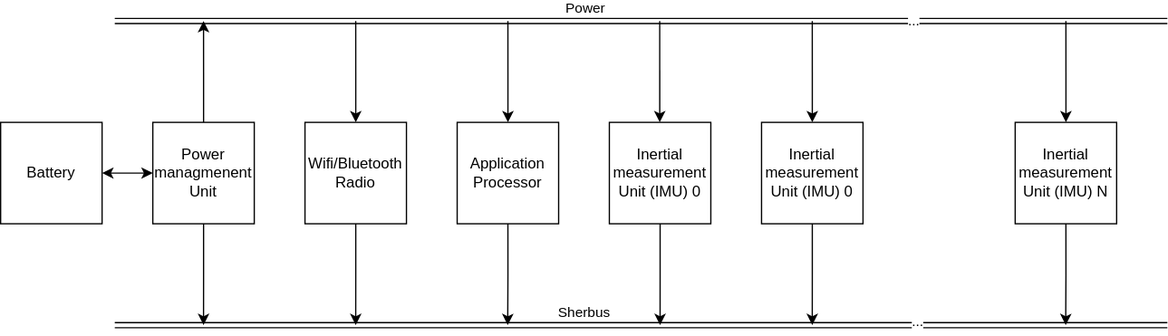
The draw.io diagram Figures/Mouvement.svg in cdg66/BUS_figures, before a commit. Source tidied: cells renumbered, new cells last; positions are measured from the earlier drawing's top-left corner, leaving out a move shared by most shapes. Its diagram source:
```xml
<mxGraphModel>
  <root>
    <mxCell id="0" />
    <mxCell id="1" parent="0" />
    <mxCell id="2" style="edgeStyle=orthogonalEdgeStyle;rounded=0;jettySize=auto;html=1;" parent="1" edge="1" source="4">
      <mxGeometry relative="1" as="geometry">
        <mxPoint x="280" y="240" as="targetPoint" />
      </mxGeometry>
    </mxCell>
    <mxCell id="3" style="edgeStyle=orthogonalEdgeStyle;rounded=0;jettySize=auto;html=1;endArrow=none;endFill=0;startArrow=classic;startFill=1;" parent="1" edge="1" source="4">
      <mxGeometry relative="1" as="geometry">
        <mxPoint x="280" as="targetPoint" />
      </mxGeometry>
    </mxCell>
    <mxCell id="4" value="&lt;div&gt;Wifi/Bluetooth&lt;/div&gt;&lt;div&gt;Radio&lt;br&gt;&lt;/div&gt;" style="whiteSpace=wrap;html=1;" parent="1" vertex="1">
      <mxGeometry x="240" y="80" width="80" height="80" as="geometry" />
    </mxCell>
    <mxCell id="5" style="edgeStyle=orthogonalEdgeStyle;rounded=0;jettySize=auto;html=1;exitX=0.5;exitY=1;exitDx=0;exitDy=0;" parent="1" edge="1" source="7">
      <mxGeometry relative="1" as="geometry">
        <mxPoint x="399.9" y="240" as="targetPoint" />
      </mxGeometry>
    </mxCell>
    <mxCell id="6" style="edgeStyle=orthogonalEdgeStyle;rounded=0;jettySize=auto;html=1;startArrow=classic;startFill=1;endArrow=none;endFill=0;" parent="1" edge="1" source="7">
      <mxGeometry relative="1" as="geometry">
        <mxPoint x="400" as="targetPoint" />
      </mxGeometry>
    </mxCell>
    <mxCell id="7" value="&lt;div&gt;Application &lt;br&gt;&lt;/div&gt;&lt;div&gt;Processor&lt;br&gt;&lt;/div&gt;" style="whiteSpace=wrap;html=1;" parent="1" vertex="1">
      <mxGeometry x="360" y="80" width="80" height="80" as="geometry" />
    </mxCell>
    <mxCell id="8" style="edgeStyle=orthogonalEdgeStyle;rounded=0;jettySize=auto;html=1;" parent="1" edge="1" source="10">
      <mxGeometry relative="1" as="geometry">
        <mxPoint x="520" y="240" as="targetPoint" />
      </mxGeometry>
    </mxCell>
    <mxCell id="9" style="edgeStyle=orthogonalEdgeStyle;rounded=0;orthogonalLoop=1;jettySize=auto;html=1;startArrow=classic;startFill=1;endArrow=none;endFill=0;" parent="1" edge="1">
      <mxGeometry relative="1" as="geometry">
        <mxPoint x="519.7" y="80" as="sourcePoint" />
        <mxPoint x="519.7" as="targetPoint" />
      </mxGeometry>
    </mxCell>
    <mxCell id="10" value="Inertial measurement Unit (IMU) 0" style="whiteSpace=wrap;html=1;" parent="1" vertex="1">
      <mxGeometry x="480" y="80" width="80" height="80" as="geometry" />
    </mxCell>
    <mxCell id="11" style="edgeStyle=orthogonalEdgeStyle;rounded=0;jettySize=auto;html=1;" parent="1" edge="1" source="13">
      <mxGeometry relative="1" as="geometry">
        <mxPoint x="640" y="240" as="targetPoint" />
      </mxGeometry>
    </mxCell>
    <mxCell id="12" style="edgeStyle=orthogonalEdgeStyle;rounded=0;jettySize=auto;html=1;startArrow=classic;startFill=1;endArrow=none;endFill=0;" parent="1" edge="1" source="13">
      <mxGeometry relative="1" as="geometry">
        <mxPoint x="640" as="targetPoint" />
      </mxGeometry>
    </mxCell>
    <mxCell id="13" value="Inertial measurement Unit (IMU) 0" style="whiteSpace=wrap;html=1;" parent="1" vertex="1">
      <mxGeometry x="600" y="80" width="80" height="80" as="geometry" />
    </mxCell>
    <mxCell id="14" style="edgeStyle=orthogonalEdgeStyle;rounded=0;jettySize=auto;html=1;exitX=0.5;exitY=1;exitDx=0;exitDy=0;" parent="1" edge="1" source="16">
      <mxGeometry relative="1" as="geometry">
        <mxPoint x="839.9" y="240" as="targetPoint" />
      </mxGeometry>
    </mxCell>
    <mxCell id="15" style="edgeStyle=orthogonalEdgeStyle;rounded=0;jettySize=auto;html=1;startArrow=classic;startFill=1;endArrow=none;endFill=0;" parent="1" edge="1" source="16">
      <mxGeometry relative="1" as="geometry">
        <mxPoint x="840" as="targetPoint" />
      </mxGeometry>
    </mxCell>
    <mxCell id="16" value="Inertial measurement Unit (IMU) N" style="whiteSpace=wrap;html=1;" parent="1" vertex="1">
      <mxGeometry x="800" y="80" width="80" height="80" as="geometry" />
    </mxCell>
    <mxCell id="17" value="Sherbus" style="shape=link;html=1;rounded=0;" parent="1" edge="1">
      <mxGeometry x="-0.11" y="10" relative="1" as="geometry">
        <mxPoint x="90" y="240" as="sourcePoint" />
        <mxPoint x="920" y="240" as="targetPoint" />
      </mxGeometry>
    </mxCell>
    <mxCell id="18" value="..." style="edgeLabel;html=1;align=center;verticalAlign=middle;" parent="17" vertex="1">
      <mxGeometry x="0.52" y="3" relative="1" as="geometry" />
    </mxCell>
    <mxCell id="19" value="..." style="shape=link;html=1;rounded=0;" parent="1" edge="1">
      <mxGeometry x="0.52" relative="1" as="geometry">
        <mxPoint x="90" as="sourcePoint" />
        <mxPoint x="920" as="targetPoint" />
      </mxGeometry>
    </mxCell>
    <mxCell id="20" value="Power" style="edgeLabel;html=1;align=center;verticalAlign=middle;" parent="19" vertex="1">
      <mxGeometry x="-0.13" y="-2" relative="1" as="geometry">
        <mxPoint x="8" y="-12" as="offset" />
      </mxGeometry>
    </mxCell>
    <mxCell id="21" style="edgeStyle=orthogonalEdgeStyle;rounded=0;jettySize=auto;html=1;" parent="1" edge="1" source="24">
      <mxGeometry relative="1" as="geometry">
        <mxPoint x="160" as="targetPoint" />
      </mxGeometry>
    </mxCell>
    <mxCell id="22" style="edgeStyle=orthogonalEdgeStyle;rounded=0;jettySize=auto;html=1;" parent="1" edge="1" source="24">
      <mxGeometry relative="1" as="geometry">
        <mxPoint x="160" y="240" as="targetPoint" />
      </mxGeometry>
    </mxCell>
    <mxCell id="23" style="edgeStyle=orthogonalEdgeStyle;rounded=0;jettySize=auto;html=1;entryX=1;entryY=0.5;entryDx=0;entryDy=0;startArrow=classic;startFill=1;" parent="1" edge="1" source="24" target="25">
      <mxGeometry relative="1" as="geometry" />
    </mxCell>
    <mxCell id="24" value="Power managmenent Unit" style="whiteSpace=wrap;html=1;" parent="1" vertex="1">
      <mxGeometry x="120" y="80" width="80" height="80" as="geometry" />
    </mxCell>
    <mxCell id="25" value="Battery" style="whiteSpace=wrap;html=1;" parent="1" vertex="1">
      <mxGeometry y="80" width="80" height="80" as="geometry" />
    </mxCell>
  </root>
</mxGraphModel>
```
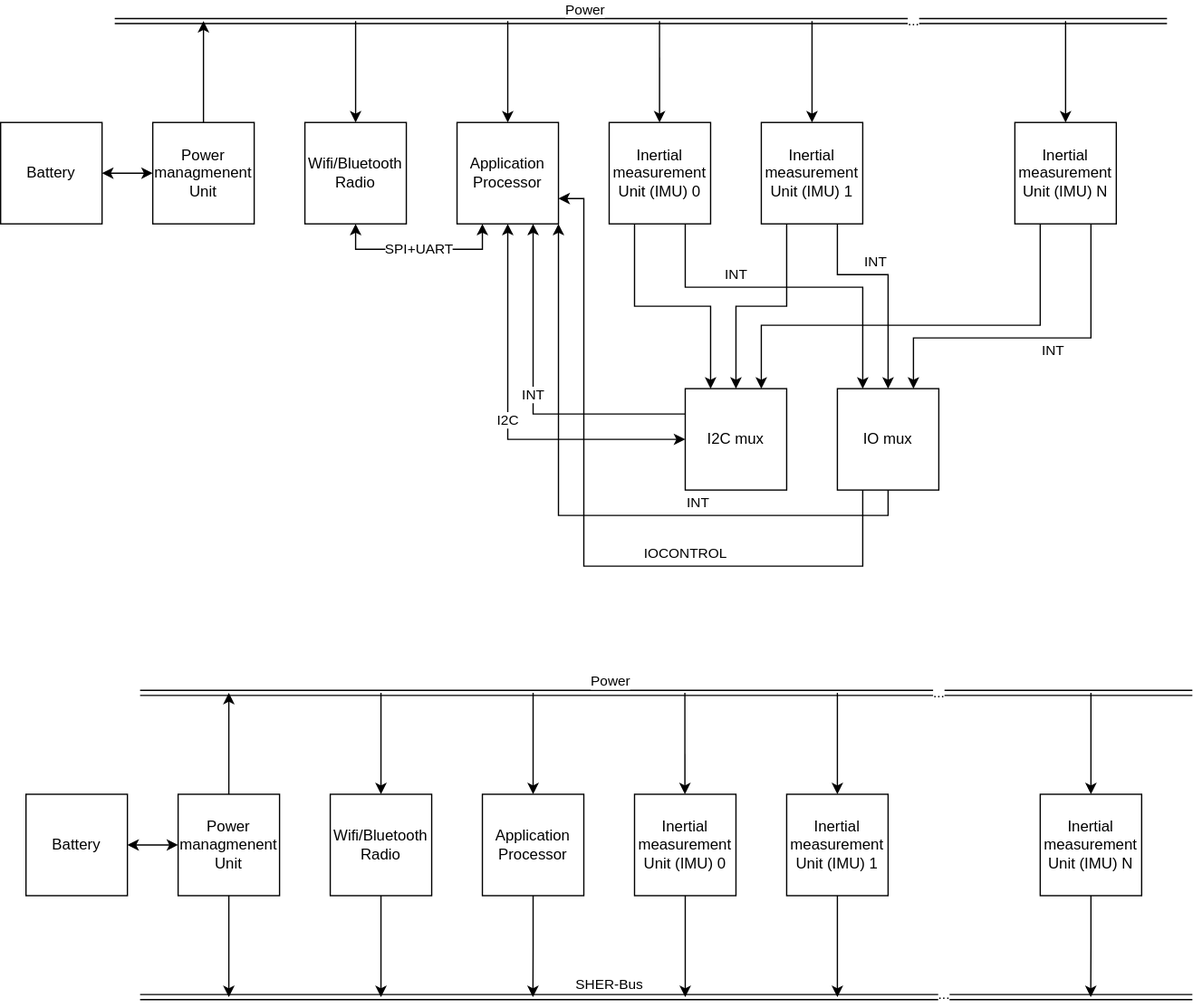
Later version of the same file.

The edit, as a diff of the source:
```diff
@@ -52,7 +52,7 @@
         <mxPoint x="640" as="targetPoint" />
       </mxGeometry>
     </mxCell>
-    <mxCell id="13" value="Inertial measurement Unit (IMU) 0" style="whiteSpace=wrap;html=1;" parent="1" vertex="1">
+    <mxCell id="13" value="Inertial measurement Unit (IMU) 1" style="whiteSpace=wrap;html=1;" parent="1" vertex="1">
       <mxGeometry x="600" y="80" width="80" height="80" as="geometry" />
     </mxCell>
     <mxCell id="14" style="edgeStyle=orthogonalEdgeStyle;rounded=0;jettySize=auto;html=1;exitX=0.5;exitY=1;exitDx=0;exitDy=0;" parent="1" edge="1" source="16">
@@ -68,7 +68,7 @@
     <mxCell id="16" value="Inertial measurement Unit (IMU) N" style="whiteSpace=wrap;html=1;" parent="1" vertex="1">
       <mxGeometry x="800" y="80" width="80" height="80" as="geometry" />
     </mxCell>
-    <mxCell id="17" value="Sherbus" style="shape=link;html=1;rounded=0;" parent="1" edge="1">
+    <mxCell id="17" value="SHER-Bus" style="shape=link;html=1;rounded=0;" parent="1" edge="1">
       <mxGeometry x="-0.11" y="10" relative="1" as="geometry">
         <mxPoint x="90" y="240" as="sourcePoint" />
         <mxPoint x="920" y="240" as="targetPoint" />
@@ -107,5 +107,136 @@
     <mxCell id="25" value="Battery" style="whiteSpace=wrap;html=1;" parent="1" vertex="1">
       <mxGeometry y="80" width="80" height="80" as="geometry" />
     </mxCell>
+    <mxCell id="26" style="edgeStyle=orthogonalEdgeStyle;rounded=0;jettySize=auto;html=1;endArrow=none;endFill=0;startArrow=classic;startFill=1;" parent="1" edge="1" source="27">
+      <mxGeometry relative="1" as="geometry">
+        <mxPoint x="260" y="-530" as="targetPoint" />
+      </mxGeometry>
+    </mxCell>
+    <mxCell id="27" value="&lt;div&gt;Wifi/Bluetooth&lt;/div&gt;&lt;div&gt;Radio&lt;br&gt;&lt;/div&gt;" style="whiteSpace=wrap;html=1;" parent="1" vertex="1">
+      <mxGeometry x="220" y="-450" width="80" height="80" as="geometry" />
+    </mxCell>
+    <mxCell id="28" style="edgeStyle=orthogonalEdgeStyle;rounded=0;jettySize=auto;html=1;startArrow=classic;startFill=1;endArrow=none;endFill=0;" parent="1" edge="1" source="30">
+      <mxGeometry relative="1" as="geometry">
+        <mxPoint x="380" y="-530" as="targetPoint" />
+      </mxGeometry>
+    </mxCell>
+    <mxCell id="29" value="SPI+UART" style="edgeStyle=orthogonalEdgeStyle;rounded=0;jettySize=auto;html=1;exitX=0.25;exitY=1;exitDx=0;exitDy=0;entryX=0.5;entryY=1;entryDx=0;entryDy=0;startArrow=classic;startFill=1;" parent="1" edge="1" source="30" target="27">
+      <mxGeometry relative="1" as="geometry" />
+    </mxCell>
+    <mxCell id="30" value="&lt;div&gt;Application &lt;br&gt;&lt;/div&gt;&lt;div&gt;Processor&lt;br&gt;&lt;/div&gt;" style="whiteSpace=wrap;html=1;" parent="1" vertex="1">
+      <mxGeometry x="340" y="-450" width="80" height="80" as="geometry" />
+    </mxCell>
+    <mxCell id="31" style="edgeStyle=orthogonalEdgeStyle;rounded=0;orthogonalLoop=1;jettySize=auto;html=1;startArrow=classic;startFill=1;endArrow=none;endFill=0;" parent="1" edge="1">
+      <mxGeometry relative="1" as="geometry">
+        <mxPoint x="499.7" y="-450" as="sourcePoint" />
+        <mxPoint x="499.7" y="-530" as="targetPoint" />
+      </mxGeometry>
+    </mxCell>
+    <mxCell id="32" style="edgeStyle=orthogonalEdgeStyle;rounded=0;jettySize=auto;html=1;exitX=0.25;exitY=1;exitDx=0;exitDy=0;entryX=0.25;entryY=0;entryDx=0;entryDy=0;" parent="1" edge="1" source="34" target="51">
+      <mxGeometry relative="1" as="geometry" />
+    </mxCell>
+    <mxCell id="33" value="INT" style="edgeStyle=orthogonalEdgeStyle;rounded=0;jettySize=auto;html=1;exitX=0.75;exitY=1;exitDx=0;exitDy=0;entryX=0.25;entryY=0;entryDx=0;entryDy=0;" parent="1" edge="1" source="34" target="54">
+      <mxGeometry x="-0.33" y="10" relative="1" as="geometry">
+        <Array as="points">
+          <mxPoint x="520" y="-320" />
+          <mxPoint x="660" y="-320" />
+        </Array>
+      </mxGeometry>
+    </mxCell>
+    <mxCell id="34" value="Inertial measurement Unit (IMU) 0" style="whiteSpace=wrap;html=1;" parent="1" vertex="1">
+      <mxGeometry x="460" y="-450" width="80" height="80" as="geometry" />
+    </mxCell>
+    <mxCell id="35" style="edgeStyle=orthogonalEdgeStyle;rounded=0;jettySize=auto;html=1;startArrow=classic;startFill=1;endArrow=none;endFill=0;" parent="1" edge="1" source="38">
+      <mxGeometry relative="1" as="geometry">
+        <mxPoint x="620" y="-530" as="targetPoint" />
+      </mxGeometry>
+    </mxCell>
+    <mxCell id="36" style="edgeStyle=orthogonalEdgeStyle;rounded=0;jettySize=auto;html=1;exitX=0.25;exitY=1;exitDx=0;exitDy=0;" parent="1" edge="1" source="38" target="51">
+      <mxGeometry relative="1" as="geometry" />
+    </mxCell>
+    <mxCell id="37" value="INT" style="edgeStyle=orthogonalEdgeStyle;rounded=0;jettySize=auto;html=1;exitX=0.75;exitY=1;exitDx=0;exitDy=0;entryX=0.5;entryY=0;entryDx=0;entryDy=0;" parent="1" edge="1" source="38" target="54">
+      <mxGeometry x="-0.18" y="10" relative="1" as="geometry">
+        <Array as="points">
+          <mxPoint x="640" y="-330" />
+          <mxPoint x="680" y="-330" />
+        </Array>
+      </mxGeometry>
+    </mxCell>
+    <mxCell id="38" value="Inertial measurement Unit (IMU) 1" style="whiteSpace=wrap;html=1;" parent="1" vertex="1">
+      <mxGeometry x="580" y="-450" width="80" height="80" as="geometry" />
+    </mxCell>
+    <mxCell id="39" style="edgeStyle=orthogonalEdgeStyle;rounded=0;jettySize=auto;html=1;startArrow=classic;startFill=1;endArrow=none;endFill=0;" parent="1" edge="1" source="42">
+      <mxGeometry relative="1" as="geometry">
+        <mxPoint x="820" y="-530" as="targetPoint" />
+      </mxGeometry>
+    </mxCell>
+    <mxCell id="40" style="edgeStyle=orthogonalEdgeStyle;rounded=0;jettySize=auto;html=1;exitX=0.25;exitY=1;exitDx=0;exitDy=0;entryX=0.75;entryY=0;entryDx=0;entryDy=0;" parent="1" edge="1" source="42" target="51">
+      <mxGeometry relative="1" as="geometry">
+        <Array as="points">
+          <mxPoint x="800" y="-290" />
+          <mxPoint x="580" y="-290" />
+        </Array>
+      </mxGeometry>
+    </mxCell>
+    <mxCell id="41" value="INT" style="edgeStyle=orthogonalEdgeStyle;rounded=0;jettySize=auto;html=1;exitX=0.75;exitY=1;exitDx=0;exitDy=0;entryX=0.75;entryY=0;entryDx=0;entryDy=0;" parent="1" edge="1" source="42" target="54">
+      <mxGeometry x="-0.11" y="10" relative="1" as="geometry">
+        <Array as="points">
+          <mxPoint x="840" y="-280" />
+          <mxPoint x="700" y="-280" />
+        </Array>
+      </mxGeometry>
+    </mxCell>
+    <mxCell id="42" value="Inertial measurement Unit (IMU) N" style="whiteSpace=wrap;html=1;" parent="1" vertex="1">
+      <mxGeometry x="780" y="-450" width="80" height="80" as="geometry" />
+    </mxCell>
+    <mxCell id="43" value="..." style="shape=link;html=1;rounded=0;" parent="1" edge="1">
+      <mxGeometry x="0.52" relative="1" as="geometry">
+        <mxPoint x="70" y="-530" as="sourcePoint" />
+        <mxPoint x="900" y="-530" as="targetPoint" />
+      </mxGeometry>
+    </mxCell>
+    <mxCell id="44" value="Power" style="edgeLabel;html=1;align=center;verticalAlign=middle;" parent="43" vertex="1">
+      <mxGeometry x="-0.13" y="-2" relative="1" as="geometry">
+        <mxPoint x="8" y="-12" as="offset" />
+      </mxGeometry>
+    </mxCell>
+    <mxCell id="45" style="edgeStyle=orthogonalEdgeStyle;rounded=0;jettySize=auto;html=1;" parent="1" edge="1" source="47">
+      <mxGeometry relative="1" as="geometry">
+        <mxPoint x="140" y="-530" as="targetPoint" />
+      </mxGeometry>
+    </mxCell>
+    <mxCell id="46" style="edgeStyle=orthogonalEdgeStyle;rounded=0;jettySize=auto;html=1;entryX=1;entryY=0.5;entryDx=0;entryDy=0;startArrow=classic;startFill=1;" parent="1" edge="1" source="47" target="48">
+      <mxGeometry relative="1" as="geometry" />
+    </mxCell>
+    <mxCell id="47" value="Power managmenent Unit" style="whiteSpace=wrap;html=1;" parent="1" vertex="1">
+      <mxGeometry x="100" y="-450" width="80" height="80" as="geometry" />
+    </mxCell>
+    <mxCell id="48" value="Battery" style="whiteSpace=wrap;html=1;" parent="1" vertex="1">
+      <mxGeometry x="-20" y="-450" width="80" height="80" as="geometry" />
+    </mxCell>
+    <mxCell id="49" value="I2C" style="edgeStyle=orthogonalEdgeStyle;rounded=0;jettySize=auto;html=1;exitX=0;exitY=0.5;exitDx=0;exitDy=0;entryX=0.5;entryY=1;entryDx=0;entryDy=0;startArrow=classic;startFill=1;" parent="1" edge="1" source="51" target="30">
+      <mxGeometry relative="1" as="geometry" />
+    </mxCell>
+    <mxCell id="50" value="INT" style="edgeStyle=orthogonalEdgeStyle;rounded=0;jettySize=auto;html=1;exitX=0;exitY=0.25;exitDx=0;exitDy=0;entryX=0.75;entryY=1;entryDx=0;entryDy=0;" parent="1" edge="1" source="51" target="30">
+      <mxGeometry relative="1" as="geometry" />
+    </mxCell>
+    <mxCell id="51" value="I2C mux" style="whiteSpace=wrap;html=1;" parent="1" vertex="1">
+      <mxGeometry x="520" y="-240" width="80" height="80" as="geometry" />
+    </mxCell>
+    <mxCell id="52" value="INT" style="edgeStyle=orthogonalEdgeStyle;rounded=0;jettySize=auto;html=1;exitX=0.5;exitY=1;exitDx=0;exitDy=0;entryX=1;entryY=1;entryDx=0;entryDy=0;" parent="1" edge="1" source="54" target="30">
+      <mxGeometry x="-0.33" y="-10" relative="1" as="geometry" />
+    </mxCell>
+    <mxCell id="53" value="IOCONTROL" style="edgeStyle=orthogonalEdgeStyle;rounded=0;jettySize=auto;html=1;exitX=0.25;exitY=1;exitDx=0;exitDy=0;entryX=1;entryY=0.75;entryDx=0;entryDy=0;" parent="1" edge="1" source="54" target="30">
+      <mxGeometry x="-0.32" y="-10" relative="1" as="geometry">
+        <Array as="points">
+          <mxPoint x="660" y="-100" />
+          <mxPoint x="440" y="-100" />
+          <mxPoint x="440" y="-390" />
+        </Array>
+      </mxGeometry>
+    </mxCell>
+    <mxCell id="54" value="IO mux" style="whiteSpace=wrap;html=1;" parent="1" vertex="1">
+      <mxGeometry x="640" y="-240" width="80" height="80" as="geometry" />
+    </mxCell>
   </root>
 </mxGraphModel>
```
